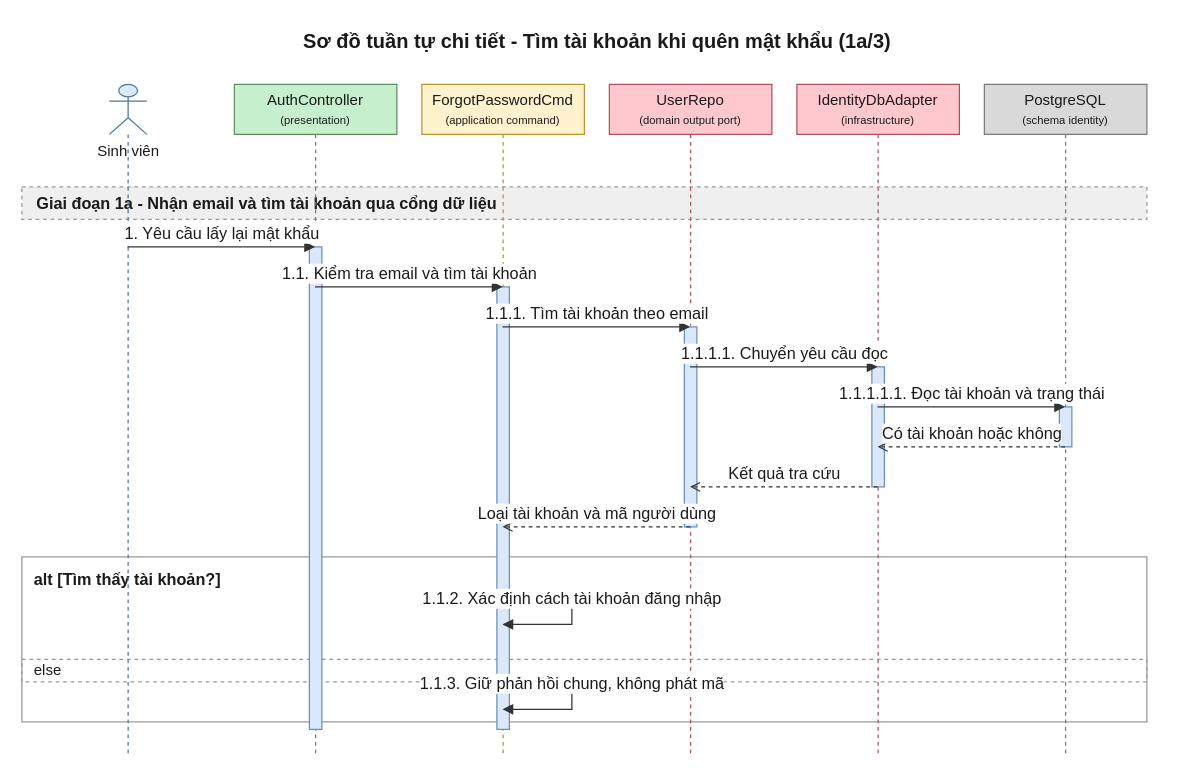
Above: 08-diagram/sequence/user/sequence_user_quen_mat_khau_otp_p1.drawio in daiphu1801/PRJ_ALGOPREP (draw.io), before the change. Source tidied: cells renumbered, new cells numbered last; positions are measured from the earlier drawing's top-left corner, leaving out a move shared by most shapes. Both pictures are drawn from the tidied source at 125%, with x=0, y=0 at pixel (21, 21).
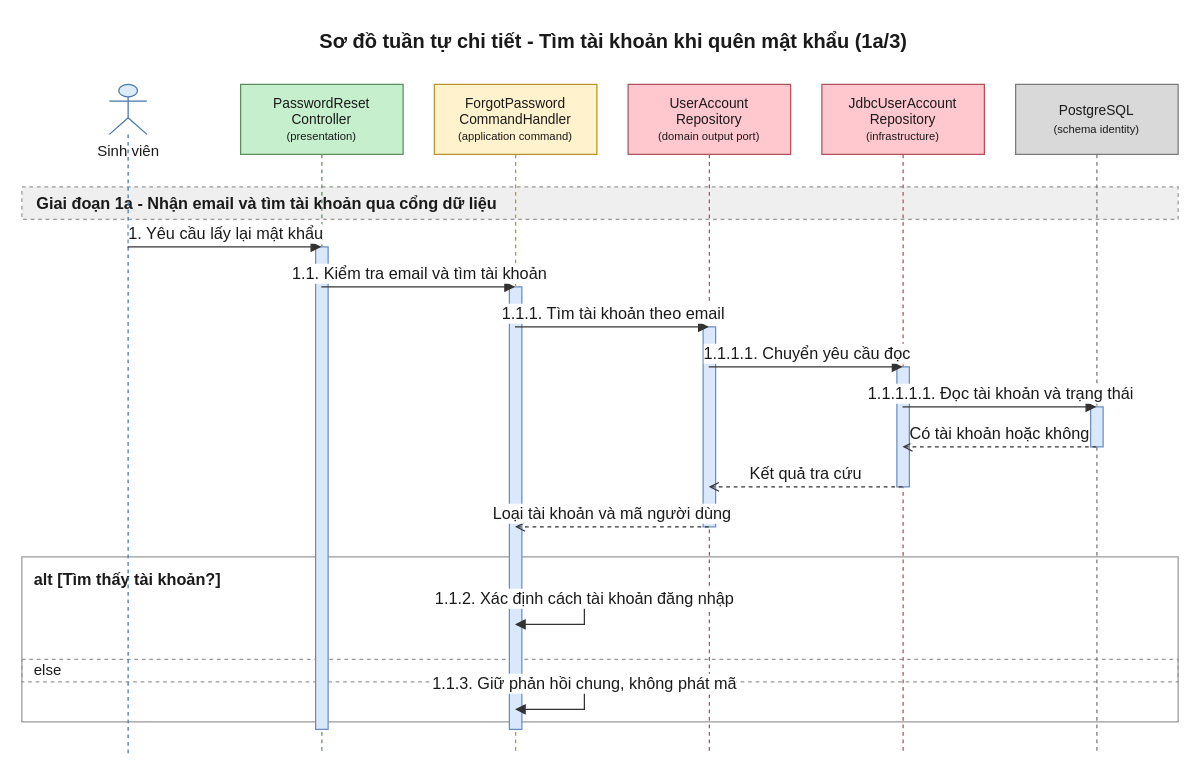
The same diagram, later.

What changed in the source:
```diff
@@
     <mxCell id="2" value="Sơ đồ tuần tự chi tiết - Tìm tài khoản khi quên mật khẩu (1a/3)" style="text;html=1;fontSize=16;fontStyle=1;align=center;verticalAlign=middle;fontColor=#1A1A1A;" parent="1" vertex="1">
-      <mxGeometry x="20" width="880" height="30" as="geometry" />
+      <mxGeometry x="20" width="905" height="30" as="geometry" />
     </mxCell>
     <mxCell id="3" value="alt [Tìm thấy tài khoản?]" style="algoprep=alt;rounded=0;whiteSpace=wrap;html=1;fillColor=none;strokeColor=#999999;verticalAlign=top;align=left;spacingLeft=8;spacingTop=4;fontColor=#1A1A1A;fontSize=13;fontStyle=1;dashed=0;" parent="1" vertex="1">
-      <mxGeometry y="428" width="900" height="132" as="geometry" />
+      <mxGeometry y="428" width="925" height="132" as="geometry" />
     </mxCell>
     <mxCell id="4" value="else" style="text;html=1;dashed=1;strokeColor=#999999;fillColor=none;align=left;verticalAlign=middle;spacingLeft=8;fontColor=#1A1A1A;fontSize=12;" parent="1" vertex="1">
-      <mxGeometry y="510" width="900" height="18" as="geometry" />
+      <mxGeometry y="510" width="925" height="18" as="geometry" />
     </mxCell>
     <mxCell id="5" value="Giai đoạn 1a - Nhận email và tìm tài khoản qua cổng dữ liệu" style="algoprep=phase;rounded=0;whiteSpace=wrap;html=1;fillColor=#EFEFEF;strokeColor=#999999;dashed=1;align=left;verticalAlign=middle;spacingLeft=10;fontColor=#1A1A1A;fontSize=13;fontStyle=1;" parent="1" vertex="1">
-      <mxGeometry y="132" width="900" height="26" as="geometry" />
+      <mxGeometry y="132" width="925" height="26" as="geometry" />
     </mxCell>
@@
-    <mxCell id="7" value="AuthController&lt;br&gt;&lt;font style=&quot;font-size:9px&quot;&gt;(presentation)&lt;/font&gt;" style="shape=umlLifeline;perimeter=lifelinePerimeter;whiteSpace=wrap;html=1;outlineConnect=0;size=40;fillColor=#C6EFCE;strokeColor=#5E8E5E;fontColor=#1A1A1A;" parent="1" vertex="1">
-      <mxGeometry x="170" y="50" width="130" height="536" as="geometry" />
+    <mxCell id="7" value="PasswordReset&lt;br&gt;Controller&lt;br&gt;&lt;font style=&quot;font-size:9px&quot;&gt;(presentation)&lt;/font&gt;" style="shape=umlLifeline;perimeter=lifelinePerimeter;whiteSpace=wrap;html=1;outlineConnect=0;size=56;fontSize=11;fillColor=#C6EFCE;strokeColor=#5E8E5E;fontColor=#1A1A1A;" parent="1" vertex="1">
+      <mxGeometry x="175" y="50" width="130" height="536" as="geometry" />
     </mxCell>
-    <mxCell id="8" value="ForgotPasswordCmd&lt;br&gt;&lt;font style=&quot;font-size:9px&quot;&gt;(application command)&lt;/font&gt;" style="shape=umlLifeline;perimeter=lifelinePerimeter;whiteSpace=wrap;html=1;outlineConnect=0;size=40;fillColor=#FFF2CC;strokeColor=#B8952A;fontColor=#1A1A1A;" parent="1" vertex="1">
-      <mxGeometry x="320" y="50" width="130" height="536" as="geometry" />
+    <mxCell id="8" value="ForgotPassword&lt;br&gt;CommandHandler&lt;br&gt;&lt;font style=&quot;font-size:9px&quot;&gt;(application command)&lt;/font&gt;" style="shape=umlLifeline;perimeter=lifelinePerimeter;whiteSpace=wrap;html=1;outlineConnect=0;size=56;fontSize=11;fillColor=#FFF2CC;strokeColor=#B8952A;fontColor=#1A1A1A;" parent="1" vertex="1">
+      <mxGeometry x="330" y="50" width="130" height="536" as="geometry" />
     </mxCell>
-    <mxCell id="9" value="UserRepo&lt;br&gt;&lt;font style=&quot;font-size:9px&quot;&gt;(domain output port)&lt;/font&gt;" style="shape=umlLifeline;perimeter=lifelinePerimeter;whiteSpace=wrap;html=1;outlineConnect=0;size=40;fillColor=#FFC7CE;strokeColor=#B0525E;fontColor=#1A1A1A;" parent="1" vertex="1">
-      <mxGeometry x="470" y="50" width="130" height="536" as="geometry" />
+    <mxCell id="9" value="UserAccount&lt;br&gt;Repository&lt;br&gt;&lt;font style=&quot;font-size:9px&quot;&gt;(domain output port)&lt;/font&gt;" style="shape=umlLifeline;perimeter=lifelinePerimeter;whiteSpace=wrap;html=1;outlineConnect=0;size=56;fontSize=11;fillColor=#FFC7CE;strokeColor=#B0525E;fontColor=#1A1A1A;" parent="1" vertex="1">
+      <mxGeometry x="485" y="50" width="130" height="536" as="geometry" />
     </mxCell>
-    <mxCell id="10" value="IdentityDbAdapter&lt;br&gt;&lt;font style=&quot;font-size:9px&quot;&gt;(infrastructure)&lt;/font&gt;" style="shape=umlLifeline;perimeter=lifelinePerimeter;whiteSpace=wrap;html=1;outlineConnect=0;size=40;fillColor=#FFC7CE;strokeColor=#B0525E;fontColor=#1A1A1A;" parent="1" vertex="1">
-      <mxGeometry x="620" y="50" width="130" height="536" as="geometry" />
+    <mxCell id="10" value="JdbcUserAccount&lt;br&gt;Repository&lt;br&gt;&lt;font style=&quot;font-size:9px&quot;&gt;(infrastructure)&lt;/font&gt;" style="shape=umlLifeline;perimeter=lifelinePerimeter;whiteSpace=wrap;html=1;outlineConnect=0;size=56;fontSize=11;fillColor=#FFC7CE;strokeColor=#B0525E;fontColor=#1A1A1A;" parent="1" vertex="1">
+      <mxGeometry x="640" y="50" width="130" height="536" as="geometry" />
     </mxCell>
-    <mxCell id="11" value="PostgreSQL&lt;br&gt;&lt;font style=&quot;font-size:9px&quot;&gt;(schema identity)&lt;/font&gt;" style="shape=umlLifeline;perimeter=lifelinePerimeter;whiteSpace=wrap;html=1;outlineConnect=0;size=40;fillColor=#D9D9D9;strokeColor=#7A7A7A;fontColor=#1A1A1A;" parent="1" vertex="1">
-      <mxGeometry x="770" y="50" width="130" height="536" as="geometry" />
+    <mxCell id="11" value="PostgreSQL&lt;br&gt;&lt;font style=&quot;font-size:9px&quot;&gt;(schema identity)&lt;/font&gt;" style="shape=umlLifeline;perimeter=lifelinePerimeter;whiteSpace=wrap;html=1;outlineConnect=0;size=56;fontSize=11;fillColor=#D9D9D9;strokeColor=#7A7A7A;fontColor=#1A1A1A;" parent="1" vertex="1">
+      <mxGeometry x="795" y="50" width="130" height="536" as="geometry" />
     </mxCell>
@@
     <mxCell id="25" value="1.1.2. Xác định cách tài khoản đăng nhập" style="edgeStyle=orthogonalEdgeStyle;rounded=0;html=1;endArrow=block;endFill=1;strokeColor=#333333;fontColor=#1A1A1A;fontSize=13;verticalAlign=bottom;exitX=0.5;exitY=0.7687;exitDx=0;exitDy=0;entryX=0.5;entryY=0.8060;entryDx=0;entryDy=0;" parent="1" edge="1" source="8" target="8">
       <mxGeometry relative="1" as="geometry">
         <Array as="points">
-          <mxPoint x="440" y="462" />
-          <mxPoint x="440" y="482" />
+          <mxPoint x="450" y="462" />
+          <mxPoint x="450" y="482" />
         </Array>
       </mxGeometry>
     </mxCell>
     <mxCell id="26" value="1.1.3. Giữ phản hồi chung, không phát mã" style="edgeStyle=orthogonalEdgeStyle;rounded=0;html=1;endArrow=block;endFill=1;strokeColor=#333333;fontColor=#1A1A1A;fontSize=13;verticalAlign=bottom;exitX=0.5;exitY=0.8955;exitDx=0;exitDy=0;entryX=0.5;entryY=0.9328;entryDx=0;entryDy=0;" parent="1" edge="1" source="8" target="8">
       <mxGeometry relative="1" as="geometry">
         <Array as="points">
-          <mxPoint x="440" y="530" />
-          <mxPoint x="440" y="550" />
+          <mxPoint x="450" y="530" />
+          <mxPoint x="450" y="550" />
         </Array>
       </mxGeometry>
     </mxCell>
```
